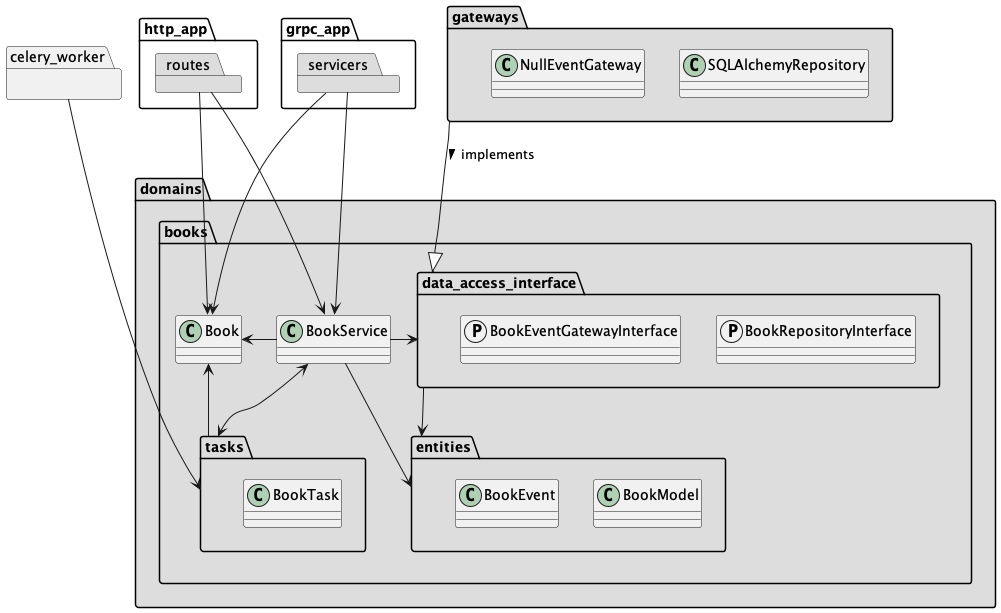
Earlier version of the PlantUML export architecture.png (febus982/bootstrap-python-fastapi).
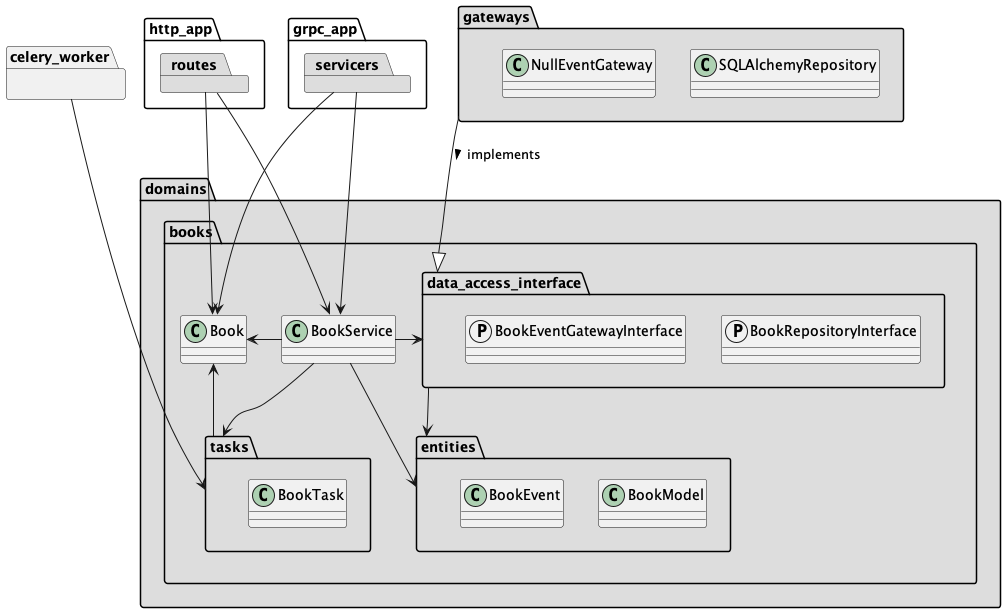
Above is the later version.

Commit message:
Improve and document tasks application architecture

Diff of the diagram source:
```diff
@@ -44,7 +44,7 @@
 servicers --> BookService
 servicers --> Book
 celery_worker ---> tasks
-tasks <-u-> BookService
+tasks <-u- BookService
 tasks -u-> Book
 
 BookService -l-> Book
```
